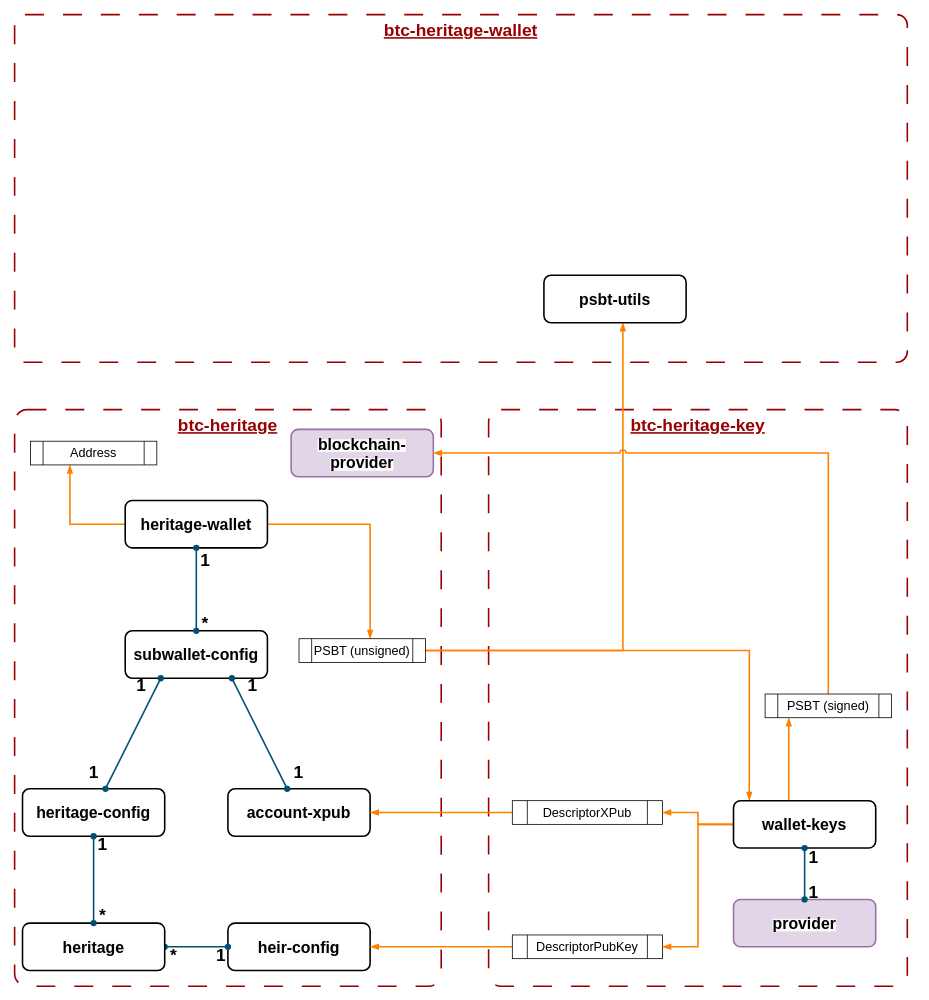
crypto7world/btc-heritage keeps this draw.io diagram as page "btc-heritage-architecture" (2 of 2) of docs/schemas.drawio. Above is the earlier version. Source tidied: cells renumbered, new cells numbered last; positions are measured from the earlier drawing's top-left corner, leaving out a move shared by most shapes. Both pictures are drawn from the tidied source at 79%, with x=0, y=0 at pixel (14, 14).
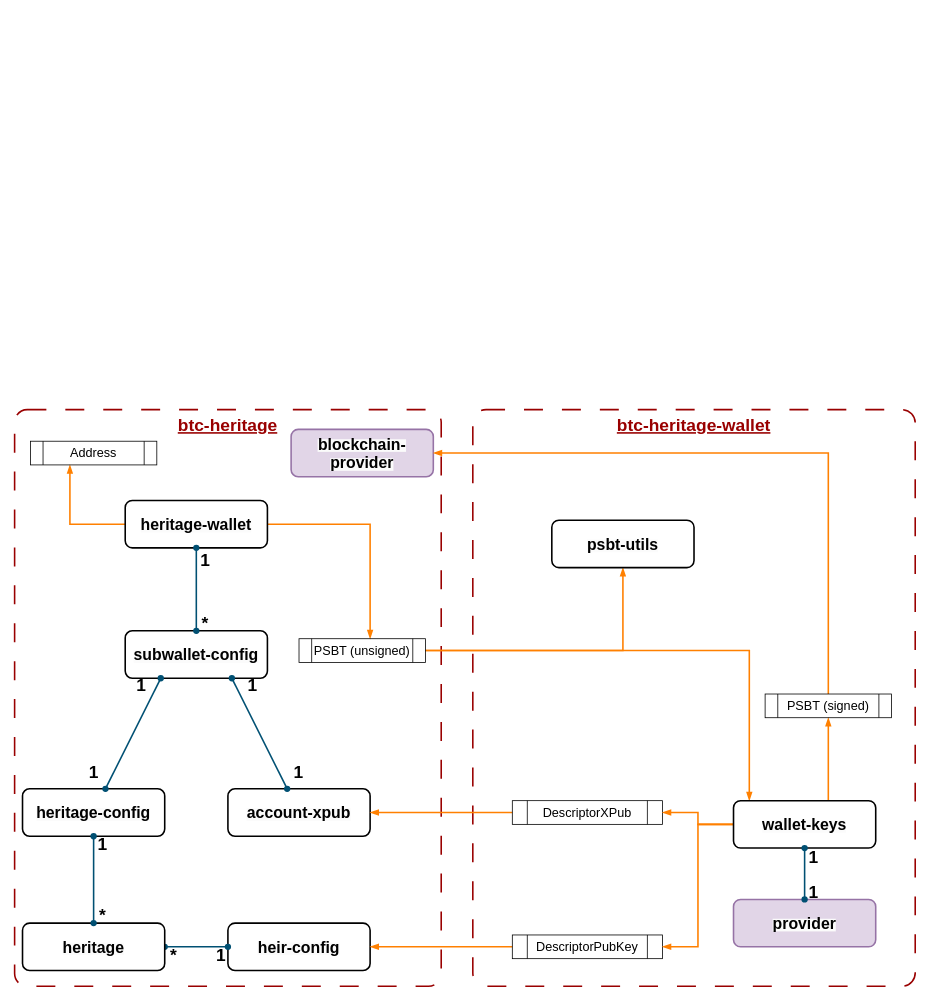
The same diagram, later.

The change refers to these unchanged cells:
```xml
<mxCell id="38" value="&lt;b style=&quot;forced-color-adjust: none; color: rgb(0, 0, 0); font-family: Helvetica; font-size: 14px; font-style: normal; font-variant-ligatures: normal; font-variant-caps: normal; letter-spacing: normal; orphans: 2; text-align: center; text-indent: 0px; text-transform: none; widows: 2; word-spacing: 0px; -webkit-text-stroke-width: 0px; white-space: normal; background-color: rgb(251, 251, 251); text-decoration-thickness: initial; text-decoration-style: initial; text-decoration-color: initial;&quot;&gt;&lt;font style=&quot;forced-color-adjust: none; font-size: 20px;&quot;&gt;wallet-keys&lt;/font&gt;&lt;/b&gt;" style="rounded=1;whiteSpace=wrap;html=1;strokeWidth=2;" parent="1" vertex="1">
  <mxGeometry x="910" y="995" width="180" height="60" as="geometry" />
</mxCell>
<mxCell id="46" value="PSBT (signed)" style="shape=process;whiteSpace=wrap;html=1;backgroundOutline=1;align=center;verticalAlign=middle;fontFamily=Helvetica;fontSize=16;fontColor=default;fontStyle=0;labelBackgroundColor=none;fillColor=none;gradientColor=none;strokeWidth=1;" parent="1" vertex="1">
  <mxGeometry x="950" y="860" width="160" height="30" as="geometry" />
</mxCell>
```

What changed in the source:
```diff
@@
     <mxCell id="2" value="&lt;font color=&quot;#990000&quot;&gt;&lt;u&gt;btc-heritage-wallet&lt;/u&gt;&lt;/font&gt;" style="rounded=1;whiteSpace=wrap;html=1;align=center;verticalAlign=top;fontFamily=Helvetica;fontSize=22;fontColor=default;fontStyle=1;labelBackgroundColor=none;fillColor=none;gradientColor=none;dashed=1;dashPattern=12 12;arcSize=3;labelPosition=center;verticalLabelPosition=middle;strokeColor=#990000;strokeWidth=2;" parent="1" vertex="1">
-      <mxGeometry width="1130" height="440" as="geometry" />
+      <mxGeometry x="580" y="500" width="560" height="730" as="geometry" />
     </mxCell>
-    <mxCell id="3" value="&lt;font color=&quot;#990000&quot;&gt;&lt;u&gt;btc-heritage-key&lt;/u&gt;&lt;/font&gt;" style="rounded=1;whiteSpace=wrap;html=1;align=center;verticalAlign=top;fontFamily=Helvetica;fontSize=22;fontColor=default;fontStyle=1;labelBackgroundColor=none;fillColor=none;gradientColor=none;dashed=1;dashPattern=12 12;arcSize=3;labelPosition=center;verticalLabelPosition=middle;strokeColor=#990000;strokeWidth=2;" parent="1" vertex="1">
-      <mxGeometry x="600" y="500" width="530" height="730" as="geometry" />
-    </mxCell>
@@
     <mxCell id="37" style="edgeStyle=orthogonalEdgeStyle;rounded=0;jettySize=auto;html=1;strokeColor=#FF8000;strokeWidth=2;align=center;verticalAlign=middle;fontFamily=Helvetica;fontSize=22;fontColor=default;fontStyle=1;labelBackgroundColor=none;startArrow=none;startFill=0;endArrow=blockThin;endFill=1;endSize=6;" parent="1" edge="1" source="38" target="46">
       <mxGeometry relative="1" as="geometry">
         <Array as="points">
-          <mxPoint x="980" y="950" />
-          <mxPoint x="980" y="950" />
+          <mxPoint x="1030" y="940" />
+          <mxPoint x="1030" y="940" />
         </Array>
       </mxGeometry>
     </mxCell>
@@
     <mxCell id="40" value="&lt;b style=&quot;forced-color-adjust: none; color: rgb(0, 0, 0); font-family: Helvetica; font-size: 14px; font-style: normal; font-variant-ligatures: normal; font-variant-caps: normal; letter-spacing: normal; orphans: 2; text-align: center; text-indent: 0px; text-transform: none; widows: 2; word-spacing: 0px; -webkit-text-stroke-width: 0px; white-space: normal; background-color: rgb(251, 251, 251); text-decoration-thickness: initial; text-decoration-style: initial; text-decoration-color: initial;&quot;&gt;&lt;font style=&quot;forced-color-adjust: none; font-size: 20px;&quot;&gt;psbt-utils&lt;/font&gt;&lt;/b&gt;" style="rounded=1;whiteSpace=wrap;html=1;strokeWidth=2;" parent="1" vertex="1">
-      <mxGeometry x="670" y="330" width="180" height="60" as="geometry" />
+      <mxGeometry x="680" y="640" width="180" height="60" as="geometry" />
     </mxCell>
```
